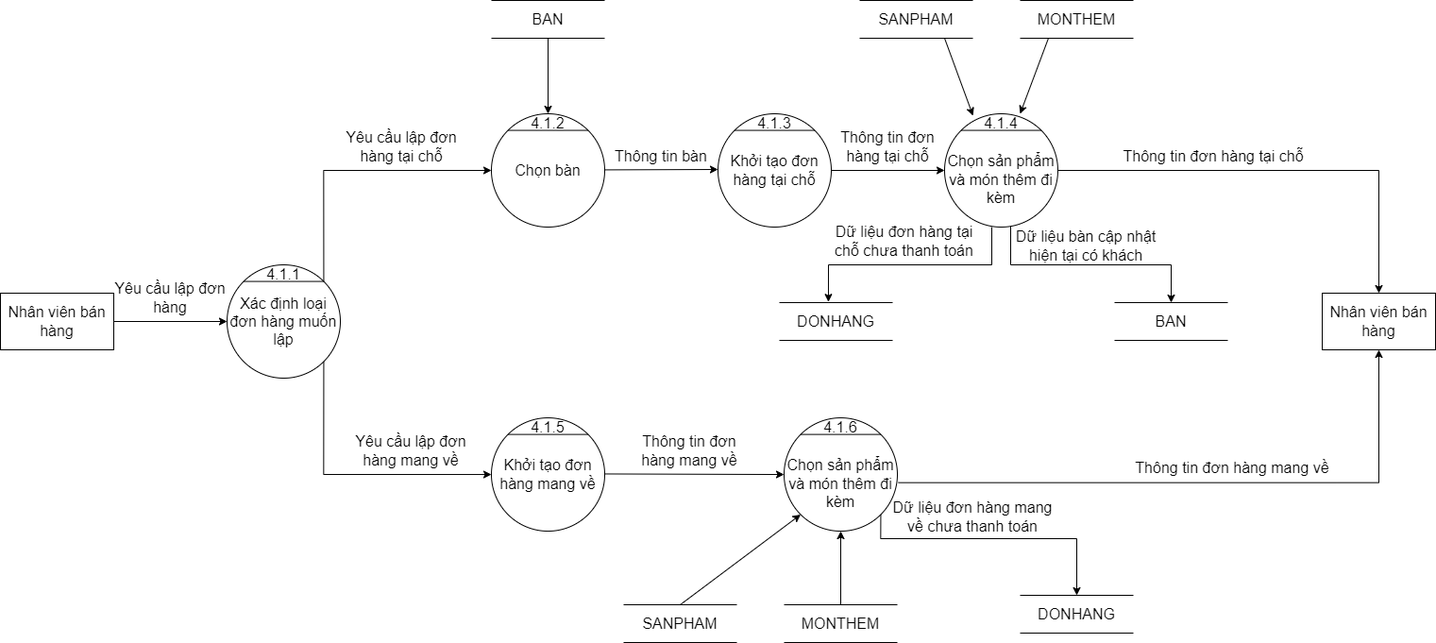
Earlier version of the draw.io export BFD&DFD/BFD&DFD mức 0, 1, 2, 3/DFD_2_Bill.png (hungtadasuke/CoffeShop_SoftwareTechnology). Source tidied: cells renumbered, new cells last; positions are measured from the earlier drawing's top-left corner, leaving out a move shared by most shapes.
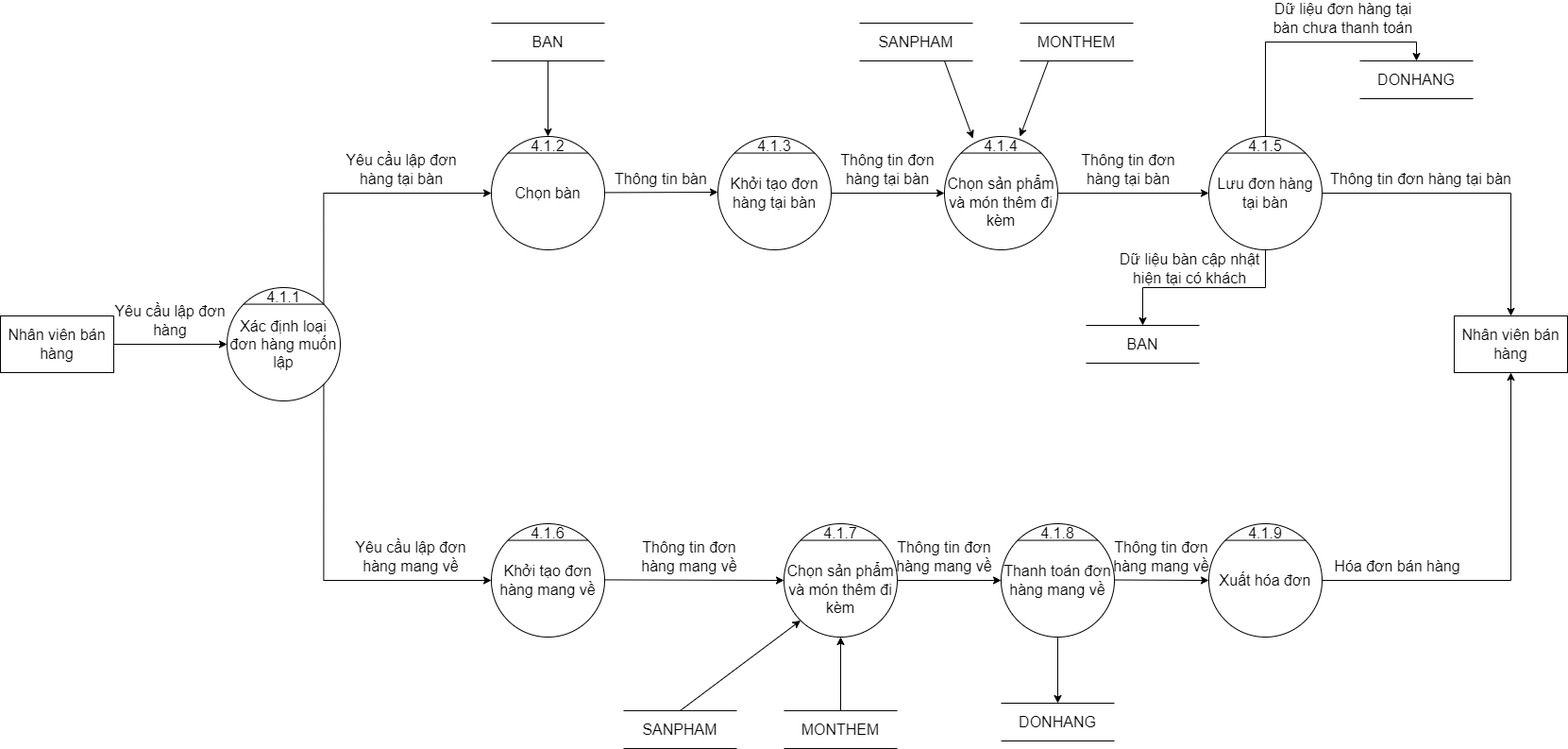
After the change.

Change to the diagram source:
```diff
@@ -14,7 +14,7 @@
     <mxCell id="5" value="Nhân viên bán hàng" style="rounded=0;whiteSpace=wrap;html=1;fontSize=16;" parent="1" vertex="1">
       <mxGeometry y="310" width="120" height="60" as="geometry" />
     </mxCell>
-    <mxCell id="6" value="Yêu cầu lập đơn hàng tại chỗ" style="text;html=1;strokeColor=none;fillColor=none;align=center;verticalAlign=middle;whiteSpace=wrap;rounded=0;fontSize=16;" parent="1" vertex="1">
+    <mxCell id="6" value="Yêu cầu lập đơn hàng tại bàn" style="text;html=1;strokeColor=none;fillColor=none;align=center;verticalAlign=middle;whiteSpace=wrap;rounded=0;fontSize=16;" parent="1" vertex="1">
       <mxGeometry x="360" y="140" width="130" height="30" as="geometry" />
     </mxCell>
     <mxCell id="7" style="endArrow=classic;html=1;rounded=0;exitX=1;exitY=0.5;exitDx=0;exitDy=0;" parent="1" edge="1">
@@ -23,7 +23,7 @@
         <mxPoint x="760" y="179" as="targetPoint" />
       </mxGeometry>
     </mxCell>
-    <mxCell id="8" value="Khởi tạo đơn hàng tại chỗ" style="ellipse;whiteSpace=wrap;html=1;fontSize=16;" parent="1" vertex="1">
+    <mxCell id="8" value="Khởi tạo đơn hàng tại bàn" style="ellipse;whiteSpace=wrap;html=1;fontSize=16;" parent="1" vertex="1">
       <mxGeometry x="760" y="120" width="120" height="120" as="geometry" />
     </mxCell>
     <mxCell id="9" style="endArrow=none;html=1;rounded=0;exitX=0;exitY=0;exitDx=0;exitDy=0;entryX=1;entryY=0;entryDx=0;entryDy=0;fontSize=16;" parent="1" edge="1" source="8" target="8">
@@ -35,7 +35,7 @@
     <mxCell id="11" value="&lt;font style=&quot;font-size: 16px&quot;&gt;Thông tin bàn&lt;/font&gt;" style="text;html=1;strokeColor=none;fillColor=none;align=center;verticalAlign=middle;whiteSpace=wrap;rounded=0;" parent="1" vertex="1">
       <mxGeometry x="650" y="150" width="100" height="30" as="geometry" />
     </mxCell>
-    <mxCell id="12" value="&lt;span style=&quot;font-size: 16px&quot;&gt;Thông tin đơn hàng tại chỗ&lt;/span&gt;" style="text;html=1;strokeColor=none;fillColor=none;align=center;verticalAlign=middle;whiteSpace=wrap;rounded=0;" parent="1" vertex="1">
+    <mxCell id="12" value="&lt;span style=&quot;font-size: 16px&quot;&gt;Thông tin đơn hàng tại bàn&lt;/span&gt;" style="text;html=1;strokeColor=none;fillColor=none;align=center;verticalAlign=middle;whiteSpace=wrap;rounded=0;" parent="1" vertex="1">
       <mxGeometry x="875" y="140" width="130" height="30" as="geometry" />
     </mxCell>
     <mxCell id="13" value="&lt;br&gt;Chọn sản phẩm và món thêm đi kèm" style="ellipse;whiteSpace=wrap;html=1;fontSize=16;" parent="1" vertex="1">
@@ -51,7 +51,7 @@
       <mxGeometry x="1080" width="120" height="40" as="geometry" />
     </mxCell>
     <mxCell id="17" value="DONHANG" style="shape=partialRectangle;whiteSpace=wrap;html=1;left=0;right=0;fillColor=none;fontSize=16;" parent="1" vertex="1">
-      <mxGeometry x="825" y="320" width="120" height="40" as="geometry" />
+      <mxGeometry x="1440" y="40" width="120" height="40" as="geometry" />
     </mxCell>
     <mxCell id="18" value="BAN" style="shape=partialRectangle;whiteSpace=wrap;html=1;left=0;right=0;fillColor=none;fontSize=16;" parent="1" vertex="1">
       <mxGeometry x="520" width="120" height="40" as="geometry" />
@@ -59,14 +59,14 @@
     <mxCell id="19" style="endArrow=classic;html=1;rounded=0;fontSize=16;exitX=0.5;exitY=1;exitDx=0;exitDy=0;entryX=0.5;entryY=0;entryDx=0;entryDy=0;" parent="1" edge="1" source="18" target="4">
       <mxGeometry relative="1" as="geometry" />
     </mxCell>
-    <mxCell id="20" value="&lt;span style=&quot;font-size: 16px&quot;&gt;Dữ liệu đơn hàng tại chỗ chưa thanh toán&lt;/span&gt;" style="text;html=1;strokeColor=none;fillColor=none;align=center;verticalAlign=middle;whiteSpace=wrap;rounded=0;" parent="1" vertex="1">
-      <mxGeometry x="875" y="240" width="165" height="30" as="geometry" />
+    <mxCell id="20" value="&lt;span style=&quot;font-size: 16px&quot;&gt;Dữ liệu đơn hàng tại bàn chưa thanh toán&lt;/span&gt;" style="text;html=1;strokeColor=none;fillColor=none;align=center;verticalAlign=middle;whiteSpace=wrap;rounded=0;" parent="1" vertex="1">
+      <mxGeometry x="1340" y="-20" width="165" height="30" as="geometry" />
     </mxCell>
     <mxCell id="21" value="BAN" style="shape=partialRectangle;whiteSpace=wrap;html=1;left=0;right=0;fillColor=none;fontSize=16;" parent="1" vertex="1">
-      <mxGeometry x="1180" y="320" width="120" height="40" as="geometry" />
+      <mxGeometry x="1150" y="320" width="120" height="40" as="geometry" />
     </mxCell>
     <mxCell id="22" value="&lt;span style=&quot;font-size: 16px&quot;&gt;Dữ liệu bàn cập nhật hiện tại có khách&lt;/span&gt;" style="text;html=1;strokeColor=none;fillColor=none;align=center;verticalAlign=middle;whiteSpace=wrap;rounded=0;" parent="1" vertex="1">
-      <mxGeometry x="1060" y="245" width="180" height="30" as="geometry" />
+      <mxGeometry x="1170" y="240" width="180" height="40" as="geometry" />
     </mxCell>
     <mxCell id="23" style="endArrow=classic;html=1;rounded=0;fontSize=16;exitX=0.25;exitY=1;exitDx=0;exitDy=0;entryX=1;entryY=0;entryDx=0;entryDy=0;" parent="1" edge="1" source="16" target="15">
       <mxGeometry relative="1" as="geometry" />
@@ -77,8 +77,8 @@
     <mxCell id="25" style="endArrow=classic;html=1;rounded=0;fontSize=16;entryX=0.251;entryY=0.017;entryDx=0;entryDy=0;exitX=0.75;exitY=1;exitDx=0;exitDy=0;entryPerimeter=0;" parent="1" edge="1" source="24" target="13">
       <mxGeometry relative="1" as="geometry" />
     </mxCell>
-    <mxCell id="26" value="Thông tin đơn hàng tại chỗ" style="text;html=1;strokeColor=none;fillColor=none;align=center;verticalAlign=middle;whiteSpace=wrap;rounded=0;fontSize=16;" parent="1" vertex="1">
-      <mxGeometry x="1170" y="150" width="230" height="30" as="geometry" />
+    <mxCell id="26" value="Thông tin đơn hàng tại bàn" style="text;html=1;strokeColor=none;fillColor=none;align=center;verticalAlign=middle;whiteSpace=wrap;rounded=0;fontSize=16;" parent="1" vertex="1">
+      <mxGeometry x="1390" y="150" width="230" height="30" as="geometry" />
     </mxCell>
     <mxCell id="27" value="Xác định loại đơn hàng muốn lập" style="ellipse;whiteSpace=wrap;html=1;fontSize=16;" parent="1" vertex="1">
       <mxGeometry x="240" y="280" width="120" height="120" as="geometry" />
@@ -107,86 +107,67 @@
         <mxPoint x="1000" y="180" as="targetPoint" />
       </mxGeometry>
     </mxCell>
-    <mxCell id="34" style="edgeStyle=segmentEdgeStyle;endArrow=classic;html=1;rounded=0;entryX=0.433;entryY=-0.02;entryDx=0;entryDy=0;entryPerimeter=0;" parent="1" edge="1" target="17">
+    <mxCell id="34" style="edgeStyle=segmentEdgeStyle;endArrow=classic;html=1;rounded=0;exitX=0.5;exitY=0;exitDx=0;exitDy=0;entryX=0.5;entryY=0;entryDx=0;entryDy=0;" parent="1" edge="1" source="59" target="17">
       <mxGeometry relative="1" as="geometry">
-        <mxPoint x="1050" y="240" as="sourcePoint" />
         <Array as="points">
-          <mxPoint x="1050" y="240" />
-          <mxPoint x="1050" y="280" />
-          <mxPoint x="877" y="280" />
+          <mxPoint x="1340" y="20" />
+          <mxPoint x="1500" y="20" />
         </Array>
       </mxGeometry>
     </mxCell>
-    <mxCell id="35" style="edgeStyle=segmentEdgeStyle;endArrow=classic;html=1;rounded=0;entryX=0.5;entryY=0;entryDx=0;entryDy=0;" parent="1" edge="1" source="13" target="21">
+    <mxCell id="35" style="edgeStyle=segmentEdgeStyle;endArrow=classic;html=1;rounded=0;entryX=0.5;entryY=0;entryDx=0;entryDy=0;exitX=0.5;exitY=1;exitDx=0;exitDy=0;" parent="1" edge="1" source="57" target="21">
       <mxGeometry relative="1" as="geometry">
         <Array as="points">
-          <mxPoint x="1070" y="280" />
-          <mxPoint x="1240" y="280" />
+          <mxPoint x="1340" y="280" />
+          <mxPoint x="1210" y="280" />
         </Array>
       </mxGeometry>
     </mxCell>
     <mxCell id="36" value="Nhân viên bán hàng" style="rounded=0;whiteSpace=wrap;html=1;fontSize=16;" parent="1" vertex="1">
-      <mxGeometry x="1400" y="310" width="120" height="60" as="geometry" />
+      <mxGeometry x="1540" y="310" width="120" height="60" as="geometry" />
     </mxCell>
-    <mxCell id="37" style="edgeStyle=segmentEdgeStyle;endArrow=classic;html=1;rounded=0;exitX=1;exitY=0.5;exitDx=0;exitDy=0;entryX=0.5;entryY=0;entryDx=0;entryDy=0;" parent="1" edge="1" source="13" target="36">
+    <mxCell id="37" style="edgeStyle=segmentEdgeStyle;endArrow=classic;html=1;rounded=0;entryX=0.5;entryY=0;entryDx=0;entryDy=0;exitX=1;exitY=0.5;exitDx=0;exitDy=0;" parent="1" edge="1" source="57" target="36">
       <mxGeometry relative="1" as="geometry" />
     </mxCell>
     <mxCell id="38" value="Khởi tạo đơn hàng mang về" style="ellipse;whiteSpace=wrap;html=1;fontSize=16;" parent="1" vertex="1">
-      <mxGeometry x="520" y="442" width="120" height="120" as="geometry" />
+      <mxGeometry x="520" y="530" width="120" height="120" as="geometry" />
     </mxCell>
     <mxCell id="39" style="endArrow=none;html=1;rounded=0;exitX=0;exitY=0;exitDx=0;exitDy=0;entryX=1;entryY=0;entryDx=0;entryDy=0;fontSize=16;" parent="1" edge="1" source="38" target="38">
       <mxGeometry relative="1" as="geometry" />
     </mxCell>
-    <mxCell id="40" value="4.1.5" style="text;html=1;strokeColor=none;fillColor=none;align=center;verticalAlign=middle;whiteSpace=wrap;rounded=0;fontSize=16;" parent="1" vertex="1">
-      <mxGeometry x="560" y="442" width="40" height="20" as="geometry" />
+    <mxCell id="40" value="4.1.6" style="text;html=1;strokeColor=none;fillColor=none;align=center;verticalAlign=middle;whiteSpace=wrap;rounded=0;fontSize=16;" parent="1" vertex="1">
+      <mxGeometry x="560" y="530" width="40" height="20" as="geometry" />
     </mxCell>
     <mxCell id="41" value="Yêu cầu lập đơn hàng mang về" style="text;html=1;strokeColor=none;fillColor=none;align=center;verticalAlign=middle;whiteSpace=wrap;rounded=0;fontSize=16;" parent="1" vertex="1">
-      <mxGeometry x="370" y="462" width="130" height="30" as="geometry" />
+      <mxGeometry x="370" y="550" width="130" height="30" as="geometry" />
     </mxCell>
     <mxCell id="42" style="endArrow=classic;html=1;rounded=0;exitX=1;exitY=0.5;exitDx=0;exitDy=0;entryX=0;entryY=0.5;entryDx=0;entryDy=0;" parent="1" edge="1" target="43">
       <mxGeometry relative="1" as="geometry">
-        <mxPoint x="640" y="501.5" as="sourcePoint" />
+        <mxPoint x="640" y="589.4" as="sourcePoint" />
       </mxGeometry>
     </mxCell>
     <mxCell id="43" value="&lt;br&gt;Chọn sản phẩm và món thêm đi kèm" style="ellipse;whiteSpace=wrap;html=1;fontSize=16;" parent="1" vertex="1">
-      <mxGeometry x="830" y="442" width="120" height="120" as="geometry" />
+      <mxGeometry x="830" y="530" width="120" height="120" as="geometry" />
     </mxCell>
     <mxCell id="44" style="endArrow=none;html=1;rounded=0;exitX=0;exitY=0;exitDx=0;exitDy=0;entryX=1;entryY=0;entryDx=0;entryDy=0;fontSize=16;" parent="1" edge="1" source="43" target="43">
       <mxGeometry relative="1" as="geometry" />
     </mxCell>
-    <mxCell id="45" value="4.1.6" style="text;html=1;strokeColor=none;fillColor=none;align=center;verticalAlign=middle;whiteSpace=wrap;rounded=0;fontSize=16;" parent="1" vertex="1">
-      <mxGeometry x="870" y="442" width="40" height="20" as="geometry" />
+    <mxCell id="45" value="4.1.7" style="text;html=1;strokeColor=none;fillColor=none;align=center;verticalAlign=middle;whiteSpace=wrap;rounded=0;fontSize=16;" parent="1" vertex="1">
+      <mxGeometry x="870" y="530" width="40" height="20" as="geometry" />
     </mxCell>
     <mxCell id="46" value="&lt;font style=&quot;font-size: 16px&quot;&gt;Thông tin đơn hàng mang về&lt;/font&gt;" style="text;html=1;strokeColor=none;fillColor=none;align=center;verticalAlign=middle;whiteSpace=wrap;rounded=0;" parent="1" vertex="1">
-      <mxGeometry x="660" y="462" width="140" height="30" as="geometry" />
+      <mxGeometry x="660" y="550" width="140" height="30" as="geometry" />
     </mxCell>
     <mxCell id="47" value="MONTHEM" style="shape=partialRectangle;whiteSpace=wrap;html=1;left=0;right=0;fillColor=none;fontSize=16;" parent="1" vertex="1">
-      <mxGeometry x="830" y="640" width="120" height="40" as="geometry" />
+      <mxGeometry x="830" y="728" width="120" height="40" as="geometry" />
     </mxCell>
-    <mxCell id="48" value="DONHANG" style="shape=partialRectangle;whiteSpace=wrap;html=1;left=0;right=0;fillColor=none;fontSize=16;" parent="1" vertex="1">
-      <mxGeometry x="1080" y="630" width="120" height="40" as="geometry" />
-    </mxCell>
-    <mxCell id="49" style="edgeStyle=segmentEdgeStyle;endArrow=classic;html=1;rounded=0;fontSize=16;entryX=0.5;entryY=0;entryDx=0;entryDy=0;exitX=1;exitY=1;exitDx=0;exitDy=0;" parent="1" edge="1" source="43" target="48">
-      <mxGeometry relative="1" as="geometry">
-        <Array as="points">
-          <mxPoint x="932" y="570" />
-          <mxPoint x="1140" y="570" />
-        </Array>
-      </mxGeometry>
-    </mxCell>
-    <mxCell id="50" value="&lt;span style=&quot;font-size: 16px&quot;&gt;Dữ liệu đơn hàng mang về chưa thanh toán&lt;/span&gt;" style="text;html=1;strokeColor=none;fillColor=none;align=center;verticalAlign=middle;whiteSpace=wrap;rounded=0;" parent="1" vertex="1">
-      <mxGeometry x="940" y="532" width="180" height="30" as="geometry" />
-    </mxCell>
     <mxCell id="51" value="SANPHAM" style="shape=partialRectangle;whiteSpace=wrap;html=1;left=0;right=0;fillColor=none;fontSize=16;" parent="1" vertex="1">
-      <mxGeometry x="660" y="640" width="120" height="40" as="geometry" />
+      <mxGeometry x="660" y="728" width="120" height="40" as="geometry" />
     </mxCell>
-    <mxCell id="52" value="&lt;font style=&quot;font-size: 16px&quot;&gt;Thông tin đơn hàng mang về&lt;/font&gt;" style="text;html=1;strokeColor=none;fillColor=none;align=center;verticalAlign=middle;whiteSpace=wrap;rounded=0;" parent="1" vertex="1">
-      <mxGeometry x="1180" y="480" width="250" height="30" as="geometry" />
-    </mxCell>
     <mxCell id="53" style="edgeStyle=segmentEdgeStyle;endArrow=classic;html=1;rounded=0;exitX=1;exitY=1;exitDx=0;exitDy=0;entryX=0;entryY=0.5;entryDx=0;entryDy=0;" parent="1" edge="1" source="27" target="38">
       <mxGeometry relative="1" as="geometry">
         <Array as="points">
-          <mxPoint x="342" y="502" />
+          <mxPoint x="342" y="590" />
         </Array>
       </mxGeometry>
     </mxCell>
@@ -196,8 +177,65 @@
     <mxCell id="55" style="endArrow=classic;html=1;rounded=0;exitX=0.5;exitY=0;exitDx=0;exitDy=0;entryX=0.5;entryY=1;entryDx=0;entryDy=0;" parent="1" edge="1" source="47" target="43">
       <mxGeometry relative="1" as="geometry" />
     </mxCell>
-    <mxCell id="56" style="edgeStyle=segmentEdgeStyle;endArrow=classic;html=1;rounded=0;entryX=0.5;entryY=1;entryDx=0;entryDy=0;exitX=1.009;exitY=0.572;exitDx=0;exitDy=0;exitPerimeter=0;" parent="1" edge="1" source="43" target="36">
+    <mxCell id="56" style="edgeStyle=segmentEdgeStyle;endArrow=classic;html=1;rounded=0;entryX=0.5;entryY=1;entryDx=0;entryDy=0;exitX=1;exitY=0.5;exitDx=0;exitDy=0;" parent="1" edge="1" source="65" target="36">
       <mxGeometry relative="1" as="geometry" />
     </mxCell>
+    <mxCell id="57" value="Lưu đơn hàng tại bàn" style="ellipse;whiteSpace=wrap;html=1;fontSize=16;" parent="1" vertex="1">
+      <mxGeometry x="1280" y="120" width="120" height="120" as="geometry" />
+    </mxCell>
+    <mxCell id="58" style="endArrow=none;html=1;rounded=0;exitX=0;exitY=0;exitDx=0;exitDy=0;entryX=1;entryY=0;entryDx=0;entryDy=0;fontSize=16;" parent="1" edge="1" source="57" target="57">
+      <mxGeometry relative="1" as="geometry" />
+    </mxCell>
+    <mxCell id="59" value="4.1.5" style="text;html=1;strokeColor=none;fillColor=none;align=center;verticalAlign=middle;whiteSpace=wrap;rounded=0;fontSize=16;" parent="1" vertex="1">
+      <mxGeometry x="1320" y="120" width="40" height="20" as="geometry" />
+    </mxCell>
+    <mxCell id="60" style="endArrow=classic;html=1;rounded=0;exitX=1;exitY=0.5;exitDx=0;exitDy=0;entryX=0;entryY=0.5;entryDx=0;entryDy=0;" parent="1" edge="1" source="13" target="57">
+      <mxGeometry relative="1" as="geometry" />
+    </mxCell>
+    <mxCell id="61" value="&lt;span style=&quot;font-size: 16px&quot;&gt;Thông tin đơn hàng tại bàn&lt;/span&gt;" style="text;html=1;strokeColor=none;fillColor=none;align=center;verticalAlign=middle;whiteSpace=wrap;rounded=0;" parent="1" vertex="1">
+      <mxGeometry x="1130" y="140" width="130" height="30" as="geometry" />
+    </mxCell>
+    <mxCell id="62" value="Thanh toán đơn hàng mang về" style="ellipse;whiteSpace=wrap;html=1;fontSize=16;" parent="1" vertex="1">
+      <mxGeometry x="1060" y="530" width="120" height="120" as="geometry" />
+    </mxCell>
+    <mxCell id="63" style="endArrow=none;html=1;rounded=0;exitX=0;exitY=0;exitDx=0;exitDy=0;entryX=1;entryY=0;entryDx=0;entryDy=0;fontSize=16;" parent="1" edge="1" source="62" target="62">
+      <mxGeometry relative="1" as="geometry" />
+    </mxCell>
+    <mxCell id="64" value="4.1.8" style="text;html=1;strokeColor=none;fillColor=none;align=center;verticalAlign=middle;whiteSpace=wrap;rounded=0;fontSize=16;" parent="1" vertex="1">
+      <mxGeometry x="1100" y="530" width="40" height="20" as="geometry" />
+    </mxCell>
+    <mxCell id="65" value="Xuất hóa đơn" style="ellipse;whiteSpace=wrap;html=1;fontSize=16;" parent="1" vertex="1">
+      <mxGeometry x="1280" y="530" width="120" height="120" as="geometry" />
+    </mxCell>
+    <mxCell id="66" style="endArrow=none;html=1;rounded=0;exitX=0;exitY=0;exitDx=0;exitDy=0;entryX=1;entryY=0;entryDx=0;entryDy=0;fontSize=16;" parent="1" edge="1" source="65" target="65">
+      <mxGeometry relative="1" as="geometry" />
+    </mxCell>
+    <mxCell id="67" value="4.1.9" style="text;html=1;strokeColor=none;fillColor=none;align=center;verticalAlign=middle;whiteSpace=wrap;rounded=0;fontSize=16;" parent="1" vertex="1">
+      <mxGeometry x="1320" y="530" width="40" height="20" as="geometry" />
+    </mxCell>
+    <mxCell id="68" style="endArrow=classic;html=1;rounded=0;entryX=0;entryY=0.5;entryDx=0;entryDy=0;exitX=1;exitY=0.5;exitDx=0;exitDy=0;" parent="1" edge="1" source="43" target="62">
+      <mxGeometry relative="1" as="geometry" />
+    </mxCell>
+    <mxCell id="69" value="&lt;font style=&quot;font-size: 16px&quot;&gt;Thông tin đơn hàng mang về&lt;/font&gt;" style="text;html=1;strokeColor=none;fillColor=none;align=center;verticalAlign=middle;whiteSpace=wrap;rounded=0;" parent="1" vertex="1">
+      <mxGeometry x="930" y="550" width="140" height="30" as="geometry" />
+    </mxCell>
+    <mxCell id="70" style="endArrow=classic;html=1;rounded=0;exitX=1;exitY=0.5;exitDx=0;exitDy=0;" parent="1" edge="1">
+      <mxGeometry relative="1" as="geometry">
+        <mxPoint x="1180" y="589.5" as="sourcePoint" />
+        <mxPoint x="1280" y="590" as="targetPoint" />
+      </mxGeometry>
+    </mxCell>
+    <mxCell id="71" value="&lt;font style=&quot;font-size: 16px&quot;&gt;Thông tin đơn hàng mang về&lt;/font&gt;" style="text;html=1;strokeColor=none;fillColor=none;align=center;verticalAlign=middle;whiteSpace=wrap;rounded=0;" parent="1" vertex="1">
+      <mxGeometry x="1160" y="550" width="140" height="30" as="geometry" />
+    </mxCell>
+    <mxCell id="48" value="DONHANG" style="shape=partialRectangle;whiteSpace=wrap;html=1;left=0;right=0;fillColor=none;fontSize=16;" parent="1" vertex="1">
+      <mxGeometry x="1060" y="720" width="120" height="40" as="geometry" />
+    </mxCell>
+    <mxCell id="72" style="endArrow=classic;html=1;rounded=0;exitX=0.5;exitY=1;exitDx=0;exitDy=0;entryX=0.5;entryY=0;entryDx=0;entryDy=0;" parent="1" edge="1" source="62" target="48">
+      <mxGeometry relative="1" as="geometry" />
+    </mxCell>
+    <mxCell id="73" value="&lt;font style=&quot;font-size: 16px&quot;&gt;Hóa đơn bán hàng&lt;/font&gt;" style="text;html=1;strokeColor=none;fillColor=none;align=center;verticalAlign=middle;whiteSpace=wrap;rounded=0;" parent="1" vertex="1">
+      <mxGeometry x="1410" y="560" width="140" height="30" as="geometry" />
+    </mxCell>
   </root>
 </mxGraphModel>
```
